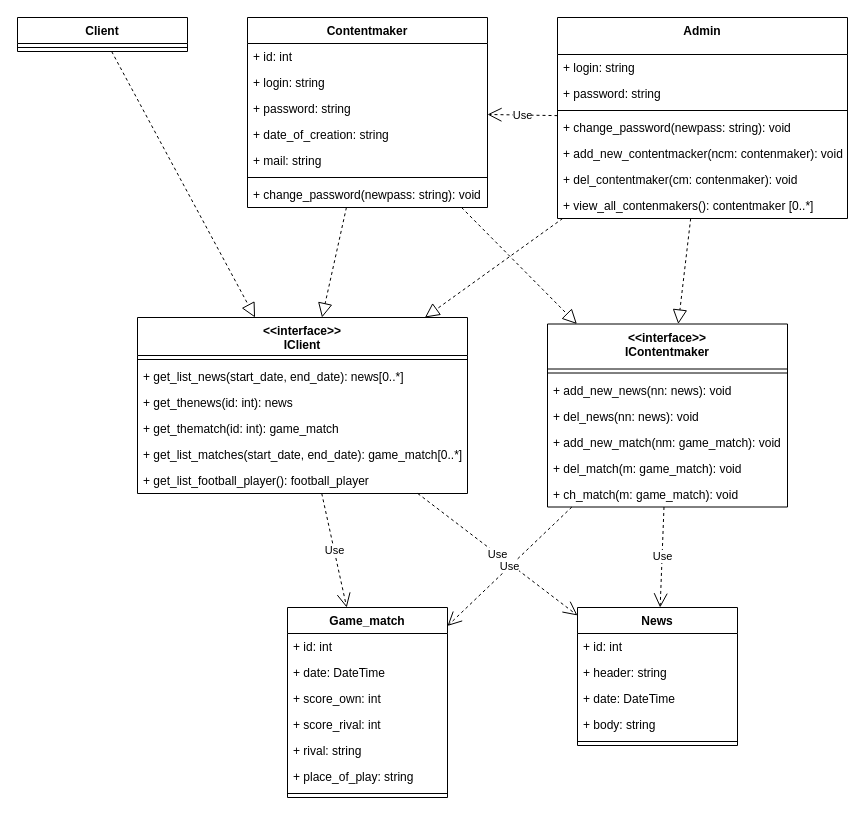
Above: docs/UML Classes Diagram.drawio in NativCos/CSF.Semestr6.TPO (draw.io), before the change. Source tidied: cells renumbered, new cells numbered last; positions are measured from the earlier drawing's top-left corner, leaving out a move shared by most shapes. Both pictures are drawn from the tidied source at 100%, with x=0, y=0 at pixel (17, 17).
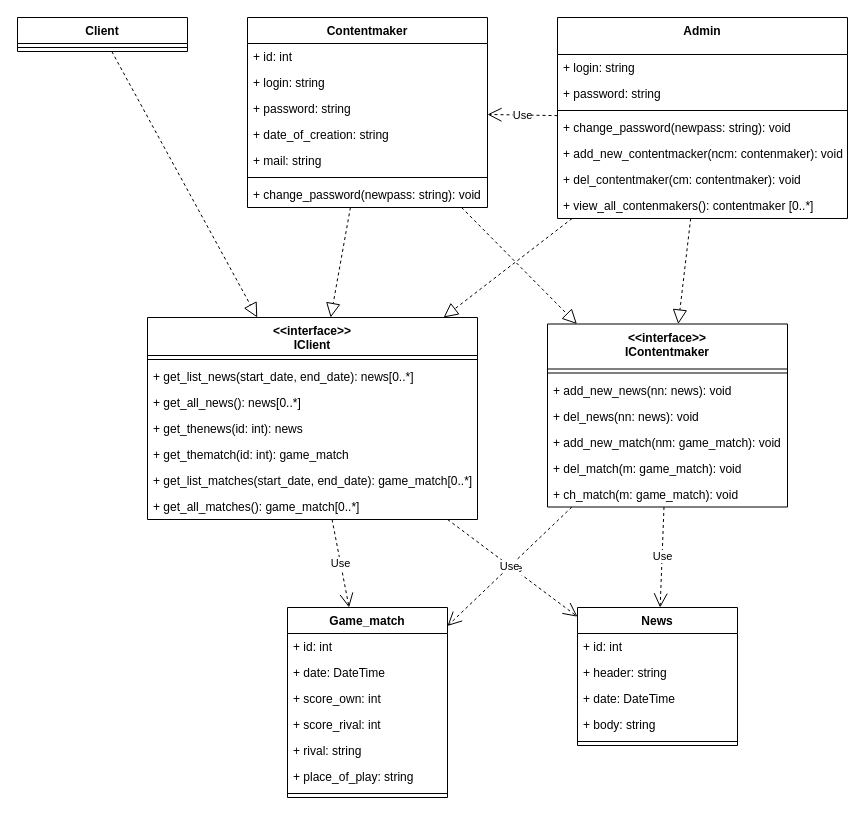
The same diagram, later.

Unchanged cells that the change refers to:
```xml
<mxCell id="24" value="Admin" style="swimlane;fontStyle=1;align=center;verticalAlign=top;horizontal=1;startSize=37;" parent="1" vertex="1">
  <mxGeometry x="540" width="290" height="201" as="geometry" />
</mxCell>
```

Change to the diagram source:
```diff
@@
-    <mxCell id="30" value="+ del_contentmaker(cm: contenmaker): void" style="text;strokeColor=none;fillColor=none;align=left;verticalAlign=top;spacingLeft=4;spacingRight=4;overflow=hidden;" parent="24" vertex="1">
+    <mxCell id="30" value="+ del_contentmaker(cm: contentmaker): void" style="text;strokeColor=none;fillColor=none;align=left;verticalAlign=top;spacingLeft=4;spacingRight=4;overflow=hidden;" parent="24" vertex="1">
       <mxGeometry y="149" width="290" height="26" as="geometry" />
     </mxCell>
@@
     <mxCell id="32" value="&lt;&lt;interface&gt;&gt;&#10;IClient" style="swimlane;fontStyle=1;align=center;verticalAlign=top;horizontal=1;startSize=38;" parent="1" vertex="1">
-      <mxGeometry x="120" y="300" width="330" height="176" as="geometry" />
+      <mxGeometry x="130" y="300" width="330" height="202" as="geometry" />
     </mxCell>
@@
+    <mxCell id="58" value="+ get_all_news(): news[0..*]" style="text;strokeColor=none;fillColor=none;align=left;verticalAlign=top;spacingLeft=4;spacingRight=4;overflow=hidden;" parent="32" vertex="1">
+      <mxGeometry y="72" width="330" height="26" as="geometry" />
+    </mxCell>
     <mxCell id="35" value="+ get_thenews(id: int): news" style="text;strokeColor=none;fillColor=none;align=left;verticalAlign=top;spacingLeft=4;spacingRight=4;overflow=hidden;" parent="32" vertex="1">
-      <mxGeometry y="72" width="330" height="26" as="geometry" />
+      <mxGeometry y="98" width="330" height="26" as="geometry" />
     </mxCell>
     <mxCell id="36" value="+ get_thematch(id: int): game_match" style="text;strokeColor=none;fillColor=none;align=left;verticalAlign=top;spacingLeft=4;spacingRight=4;overflow=hidden;" parent="32" vertex="1">
-      <mxGeometry y="98" width="330" height="26" as="geometry" />
+      <mxGeometry y="124" width="330" height="26" as="geometry" />
     </mxCell>
     <mxCell id="37" value="+ get_list_matches(start_date, end_date): game_match[0..*]" style="text;strokeColor=none;fillColor=none;align=left;verticalAlign=top;spacingLeft=4;spacingRight=4;overflow=hidden;" parent="32" vertex="1">
-      <mxGeometry y="124" width="330" height="26" as="geometry" />
+      <mxGeometry y="150" width="330" height="26" as="geometry" />
     </mxCell>
-    <mxCell id="38" value="+ get_list_football_player(): football_player" style="text;strokeColor=none;fillColor=none;align=left;verticalAlign=top;spacingLeft=4;spacingRight=4;overflow=hidden;" parent="32" vertex="1">
-      <mxGeometry y="150" width="330" height="26" as="geometry" />
-    </mxCell>
+    <mxCell id="59" value="+ get_all_matches(): game_match[0..*]" style="text;strokeColor=none;fillColor=none;align=left;verticalAlign=top;spacingLeft=4;spacingRight=4;overflow=hidden;" parent="32" vertex="1">
+      <mxGeometry y="176" width="330" height="26" as="geometry" />
+    </mxCell>
```
